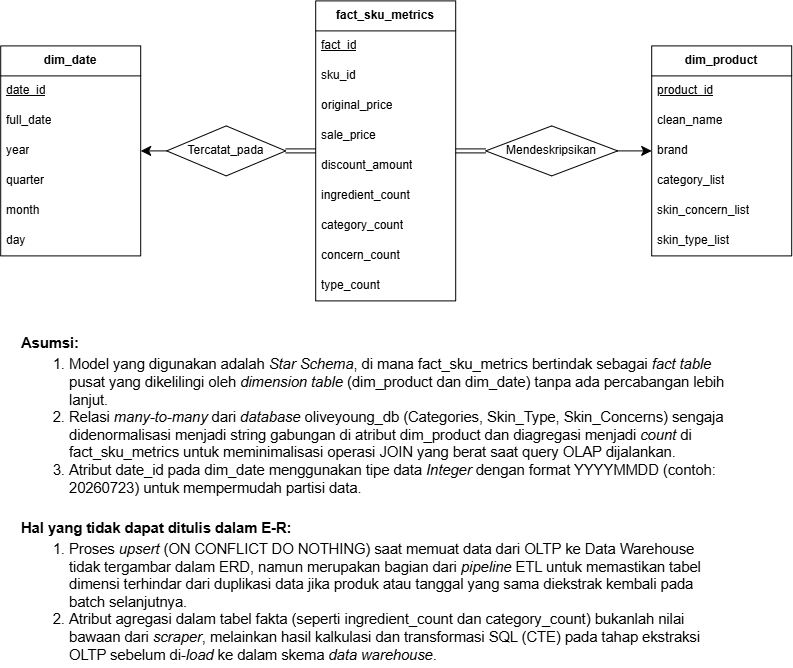
The draw.io diagram Data Warehouse/design/dwh_ERD.png in aucloire/OliveYoung-ETL-Seleksi-Lab-Basdat-2026, before a commit. Source tidied: cells renumbered, new cells last; positions are measured from the earlier drawing's top-left corner, leaving out a move shared by most shapes. Source of this version:
```xml
<mxGraphModel>
  <root>
    <mxCell id="0" />
    <mxCell id="1" parent="0" />
    <mxCell id="2" value="&lt;b&gt;dim_date&lt;/b&gt;" style="swimlane;fontStyle=0;horizontal=1;startSize=30;whiteSpace=wrap;html=1;" parent="1" vertex="1">
      <mxGeometry y="45" width="140" height="210" as="geometry" />
    </mxCell>
    <mxCell id="3" value="&lt;u&gt;date_id&lt;/u&gt;" style="text;strokeColor=none;fillColor=none;align=left;verticalAlign=middle;spacingLeft=4;spacingRight=4;overflow=hidden;whiteSpace=wrap;html=1;" parent="2" vertex="1">
      <mxGeometry y="30" width="140" height="30" as="geometry" />
    </mxCell>
    <mxCell id="4" value="full_date" style="text;strokeColor=none;fillColor=none;align=left;verticalAlign=middle;spacingLeft=4;spacingRight=4;overflow=hidden;whiteSpace=wrap;html=1;" parent="2" vertex="1">
      <mxGeometry y="60" width="140" height="30" as="geometry" />
    </mxCell>
    <mxCell id="5" value="year" style="text;strokeColor=none;fillColor=none;align=left;verticalAlign=middle;spacingLeft=4;spacingRight=4;overflow=hidden;whiteSpace=wrap;html=1;" parent="2" vertex="1">
      <mxGeometry y="90" width="140" height="30" as="geometry" />
    </mxCell>
    <mxCell id="6" value="quarter" style="text;strokeColor=none;fillColor=none;align=left;verticalAlign=middle;spacingLeft=4;spacingRight=4;overflow=hidden;whiteSpace=wrap;html=1;" parent="2" vertex="1">
      <mxGeometry y="120" width="140" height="30" as="geometry" />
    </mxCell>
    <mxCell id="7" value="month" style="text;strokeColor=none;fillColor=none;align=left;verticalAlign=middle;spacingLeft=4;spacingRight=4;overflow=hidden;whiteSpace=wrap;html=1;" parent="2" vertex="1">
      <mxGeometry y="150" width="140" height="30" as="geometry" />
    </mxCell>
    <mxCell id="8" value="day" style="text;strokeColor=none;fillColor=none;align=left;verticalAlign=middle;spacingLeft=4;spacingRight=4;overflow=hidden;whiteSpace=wrap;html=1;" parent="2" vertex="1">
      <mxGeometry y="180" width="140" height="30" as="geometry" />
    </mxCell>
    <mxCell id="9" value="&lt;b&gt;fact_sku_metrics&lt;/b&gt;" style="swimlane;fontStyle=0;horizontal=1;startSize=30;whiteSpace=wrap;html=1;" parent="1" vertex="1">
      <mxGeometry x="315" width="140" height="300" as="geometry" />
    </mxCell>
    <mxCell id="10" value="&lt;u&gt;fact_id&lt;/u&gt;" style="text;strokeColor=none;fillColor=none;align=left;verticalAlign=middle;spacingLeft=4;spacingRight=4;overflow=hidden;whiteSpace=wrap;html=1;" parent="9" vertex="1">
      <mxGeometry y="30" width="140" height="30" as="geometry" />
    </mxCell>
    <mxCell id="11" value="sku_id" style="text;strokeColor=none;fillColor=none;align=left;verticalAlign=middle;spacingLeft=4;spacingRight=4;overflow=hidden;whiteSpace=wrap;html=1;" parent="9" vertex="1">
      <mxGeometry y="60" width="140" height="30" as="geometry" />
    </mxCell>
    <mxCell id="12" value="original_price" style="text;strokeColor=none;fillColor=none;align=left;verticalAlign=middle;spacingLeft=4;spacingRight=4;overflow=hidden;whiteSpace=wrap;html=1;" parent="9" vertex="1">
      <mxGeometry y="90" width="140" height="30" as="geometry" />
    </mxCell>
    <mxCell id="13" value="sale_price" style="text;strokeColor=none;fillColor=none;align=left;verticalAlign=middle;spacingLeft=4;spacingRight=4;overflow=hidden;whiteSpace=wrap;html=1;" parent="9" vertex="1">
      <mxGeometry y="120" width="140" height="30" as="geometry" />
    </mxCell>
    <mxCell id="14" value="discount_amount" style="text;strokeColor=none;fillColor=none;align=left;verticalAlign=middle;spacingLeft=4;spacingRight=4;overflow=hidden;whiteSpace=wrap;html=1;" parent="9" vertex="1">
      <mxGeometry y="150" width="140" height="30" as="geometry" />
    </mxCell>
    <mxCell id="15" value="ingredient_count" style="text;strokeColor=none;fillColor=none;align=left;verticalAlign=middle;spacingLeft=4;spacingRight=4;overflow=hidden;whiteSpace=wrap;html=1;" parent="9" vertex="1">
      <mxGeometry y="180" width="140" height="30" as="geometry" />
    </mxCell>
    <mxCell id="16" value="category_count" style="text;strokeColor=none;fillColor=none;align=left;verticalAlign=middle;spacingLeft=4;spacingRight=4;overflow=hidden;whiteSpace=wrap;html=1;" parent="9" vertex="1">
      <mxGeometry y="210" width="140" height="30" as="geometry" />
    </mxCell>
    <mxCell id="17" value="concern_count" style="text;strokeColor=none;fillColor=none;align=left;verticalAlign=middle;spacingLeft=4;spacingRight=4;overflow=hidden;whiteSpace=wrap;html=1;" parent="9" vertex="1">
      <mxGeometry y="240" width="140" height="30" as="geometry" />
    </mxCell>
    <mxCell id="18" value="type_count" style="text;strokeColor=none;fillColor=none;align=left;verticalAlign=middle;spacingLeft=4;spacingRight=4;overflow=hidden;whiteSpace=wrap;html=1;" parent="9" vertex="1">
      <mxGeometry y="270" width="140" height="30" as="geometry" />
    </mxCell>
    <mxCell id="19" value="&lt;b&gt;dim_product&lt;/b&gt;" style="swimlane;fontStyle=0;horizontal=1;startSize=30;whiteSpace=wrap;html=1;" parent="1" vertex="1">
      <mxGeometry x="651" y="45" width="140" height="210" as="geometry" />
    </mxCell>
    <mxCell id="20" value="&lt;u&gt;product_id&lt;/u&gt;" style="text;strokeColor=none;fillColor=none;align=left;verticalAlign=middle;spacingLeft=4;spacingRight=4;overflow=hidden;whiteSpace=wrap;html=1;" parent="19" vertex="1">
      <mxGeometry y="30" width="140" height="30" as="geometry" />
    </mxCell>
    <mxCell id="21" value="clean_name" style="text;strokeColor=none;fillColor=none;align=left;verticalAlign=middle;spacingLeft=4;spacingRight=4;overflow=hidden;whiteSpace=wrap;html=1;" parent="19" vertex="1">
      <mxGeometry y="60" width="140" height="30" as="geometry" />
    </mxCell>
    <mxCell id="22" value="brand" style="text;strokeColor=none;fillColor=none;align=left;verticalAlign=middle;spacingLeft=4;spacingRight=4;overflow=hidden;points=[[0,0.5],[1,0.5]];portConstraint=eastwest;whiteSpace=wrap;html=1;" parent="19" vertex="1">
      <mxGeometry y="90" width="140" height="30" as="geometry" />
    </mxCell>
    <mxCell id="23" value="category_list" style="text;strokeColor=none;fillColor=none;align=left;verticalAlign=middle;spacingLeft=4;spacingRight=4;overflow=hidden;whiteSpace=wrap;html=1;" parent="19" vertex="1">
      <mxGeometry y="120" width="140" height="30" as="geometry" />
    </mxCell>
    <mxCell id="24" value="skin_concern_list" style="text;strokeColor=none;fillColor=none;align=left;verticalAlign=middle;spacingLeft=4;spacingRight=4;overflow=hidden;whiteSpace=wrap;html=1;" parent="19" vertex="1">
      <mxGeometry y="150" width="140" height="30" as="geometry" />
    </mxCell>
    <mxCell id="25" value="skin_type_list" style="text;strokeColor=none;fillColor=none;align=left;verticalAlign=middle;spacingLeft=4;spacingRight=4;overflow=hidden;whiteSpace=wrap;html=1;" parent="19" vertex="1">
      <mxGeometry y="180" width="140" height="30" as="geometry" />
    </mxCell>
    <mxCell id="26" style="edgeStyle=none;curved=1;rounded=0;jettySize=auto;html=1;entryX=1;entryY=0.5;entryDx=0;entryDy=0;fontSize=12;shape=link;" parent="1" edge="1" source="28" target="9">
      <mxGeometry relative="1" as="geometry" />
    </mxCell>
    <mxCell id="27" style="edgeStyle=none;curved=1;rounded=0;jettySize=auto;html=1;entryX=0;entryY=0.5;entryDx=0;entryDy=0;fontSize=12;startSize=8;endSize=8;" parent="1" edge="1" source="28" target="22">
      <mxGeometry relative="1" as="geometry" />
    </mxCell>
    <mxCell id="28" value="Mendeskripsikan" style="rhombus;whiteSpace=wrap;html=1;" parent="1" vertex="1">
      <mxGeometry x="485" y="125" width="132" height="50" as="geometry" />
    </mxCell>
    <mxCell id="29" style="edgeStyle=none;curved=1;rounded=0;jettySize=auto;html=1;entryX=1;entryY=0.5;entryDx=0;entryDy=0;fontSize=12;startSize=8;endSize=8;" parent="1" edge="1" source="30" target="2">
      <mxGeometry relative="1" as="geometry" />
    </mxCell>
    <mxCell id="30" value="Tercatat_pada" style="rhombus;whiteSpace=wrap;html=1;" parent="1" vertex="1">
      <mxGeometry x="166" y="125" width="119" height="50" as="geometry" />
    </mxCell>
    <mxCell id="31" style="edgeStyle=none;curved=1;rounded=0;jettySize=auto;html=1;entryX=0;entryY=0.5;entryDx=0;entryDy=0;fontSize=12;shape=link;" parent="1" edge="1" source="30" target="9">
      <mxGeometry relative="1" as="geometry" />
    </mxCell>
    <mxCell id="32" value="&lt;span id=&quot;docs-internal-guid-f26e1e3f-7fff-423e-7183-5fc1d3808f72&quot;&gt;&lt;p dir=&quot;ltr&quot; style=&quot;line-height:1.2;margin-top:3pt;margin-bottom:3pt;&quot;&gt;&lt;span style=&quot;font-size: 11pt; font-family: Inter, sans-serif; background-color: transparent; font-weight: 700; font-variant: normal; vertical-align: baseline; white-space: pre-wrap;&quot;&gt;Asumsi:&lt;/span&gt;&lt;/p&gt;&lt;ol style=&quot;margin-top:0;margin-bottom:0;padding-inline-start:48px;&quot;&gt;&lt;li dir=&quot;ltr&quot; style=&quot;list-style-type: decimal; font-size: 11pt; font-family: Inter, sans-serif; background-color: transparent; font-variant: normal; vertical-align: baseline; white-space: pre;&quot; aria-level=&quot;1&quot;&gt;&lt;p dir=&quot;ltr&quot; style=&quot;line-height:1.2;margin-top:3pt;margin-bottom:0pt;&quot; role=&quot;presentation&quot;&gt;&lt;span style=&quot;font-size: 11pt; background-color: transparent; font-variant: normal; vertical-align: baseline; white-space: pre-wrap;&quot;&gt;Model yang digunakan adalah &lt;/span&gt;&lt;span style=&quot;font-size: 11pt; background-color: transparent; font-style: italic; font-variant: normal; vertical-align: baseline; white-space: pre-wrap;&quot;&gt;Star Schema&lt;/span&gt;&lt;span style=&quot;font-size: 11pt; background-color: transparent; font-variant: normal; vertical-align: baseline; white-space: pre-wrap;&quot;&gt;, di mana fact_sku_metrics bertindak sebagai&lt;/span&gt;&lt;span style=&quot;font-size: 11pt; background-color: transparent; font-style: italic; font-variant: normal; vertical-align: baseline; white-space: pre-wrap;&quot;&gt; fact table&lt;/span&gt;&lt;span style=&quot;font-size: 11pt; background-color: transparent; font-variant: normal; vertical-align: baseline; white-space: pre-wrap;&quot;&gt; pusat yang dikelilingi oleh &lt;/span&gt;&lt;span style=&quot;font-size: 11pt; background-color: transparent; font-style: italic; font-variant: normal; vertical-align: baseline; white-space: pre-wrap;&quot;&gt;dimension table &lt;/span&gt;&lt;span style=&quot;font-size: 11pt; background-color: transparent; font-variant: normal; vertical-align: baseline; white-space: pre-wrap;&quot;&gt;(dim_product dan dim_date) tanpa ada percabangan lebih lanjut.&lt;/span&gt;&lt;/p&gt;&lt;/li&gt;&lt;li dir=&quot;ltr&quot; style=&quot;list-style-type: decimal; font-size: 11pt; font-family: Inter, sans-serif; background-color: transparent; font-variant: normal; vertical-align: baseline; white-space: pre;&quot; aria-level=&quot;1&quot;&gt;&lt;p dir=&quot;ltr&quot; style=&quot;line-height:1.2;margin-top:0pt;margin-bottom:0pt;&quot; role=&quot;presentation&quot;&gt;&lt;span style=&quot;font-size: 11pt; background-color: transparent; font-variant: normal; vertical-align: baseline; white-space: pre-wrap;&quot;&gt;Relasi &lt;/span&gt;&lt;span style=&quot;font-size: 11pt; background-color: transparent; font-style: italic; font-variant: normal; vertical-align: baseline; white-space: pre-wrap;&quot;&gt;many-to-many&lt;/span&gt;&lt;span style=&quot;font-size: 11pt; background-color: transparent; font-variant: normal; vertical-align: baseline; white-space: pre-wrap;&quot;&gt; dari &lt;/span&gt;&lt;span style=&quot;font-size: 11pt; background-color: transparent; font-style: italic; font-variant: normal; vertical-align: baseline; white-space: pre-wrap;&quot;&gt;database &lt;/span&gt;&lt;span style=&quot;font-size: 11pt; background-color: transparent; font-variant: normal; vertical-align: baseline; white-space: pre-wrap;&quot;&gt;oliveyoung_db (Categories, Skin_Type, Skin_Concerns) sengaja didenormalisasi menjadi string gabungan di atribut dim_product dan diagregasi menjadi &lt;/span&gt;&lt;span style=&quot;font-size: 11pt; background-color: transparent; font-style: italic; font-variant: normal; vertical-align: baseline; white-space: pre-wrap;&quot;&gt;count&lt;/span&gt;&lt;span style=&quot;font-size: 11pt; background-color: transparent; font-variant: normal; vertical-align: baseline; white-space: pre-wrap;&quot;&gt; di fact_sku_metrics untuk meminimalisasi operasi JOIN yang berat saat query OLAP dijalankan.&lt;/span&gt;&lt;/p&gt;&lt;/li&gt;&lt;li dir=&quot;ltr&quot; style=&quot;list-style-type: decimal; font-size: 11pt; font-family: Inter, sans-serif; background-color: transparent; font-variant: normal; vertical-align: baseline; white-space: pre;&quot; aria-level=&quot;1&quot;&gt;&lt;p dir=&quot;ltr&quot; style=&quot;line-height:1.2;margin-top:0pt;margin-bottom:3pt;&quot; role=&quot;presentation&quot;&gt;&lt;span style=&quot;font-size: 11pt; background-color: transparent; font-variant: normal; vertical-align: baseline; white-space: pre-wrap;&quot;&gt;Atribut date_id pada dim_date menggunakan tipe data &lt;/span&gt;&lt;span style=&quot;font-size: 11pt; background-color: transparent; font-style: italic; font-variant: normal; vertical-align: baseline; white-space: pre-wrap;&quot;&gt;Integer &lt;/span&gt;&lt;span style=&quot;font-size: 11pt; background-color: transparent; font-variant: normal; vertical-align: baseline; white-space: pre-wrap;&quot;&gt;dengan format YYYYMMDD (contoh: 20260723) untuk mempermudah partisi data.&lt;/span&gt;&lt;/p&gt;&lt;/li&gt;&lt;/ol&gt;&lt;br&gt;&lt;p dir=&quot;ltr&quot; style=&quot;line-height:1.2;margin-top:3pt;margin-bottom:3pt;&quot;&gt;&lt;span style=&quot;font-size: 11pt; font-family: Inter, sans-serif; background-color: transparent; font-weight: 700; font-variant: normal; vertical-align: baseline; white-space: pre-wrap;&quot;&gt;Hal yang tidak dapat ditulis dalam E-R:&lt;/span&gt;&lt;/p&gt;&lt;ol style=&quot;margin-top:0;margin-bottom:0;padding-inline-start:48px;&quot;&gt;&lt;li dir=&quot;ltr&quot; style=&quot;list-style-type: decimal; font-size: 11pt; font-family: Inter, sans-serif; background-color: transparent; font-variant: normal; vertical-align: baseline; white-space: pre;&quot; aria-level=&quot;1&quot;&gt;&lt;p dir=&quot;ltr&quot; style=&quot;line-height:1.2;margin-top:3pt;margin-bottom:0pt;&quot; role=&quot;presentation&quot;&gt;&lt;span style=&quot;font-size: 11pt; background-color: transparent; font-variant: normal; vertical-align: baseline; white-space: pre-wrap;&quot;&gt;Proses &lt;/span&gt;&lt;span style=&quot;font-size: 11pt; background-color: transparent; font-style: italic; font-variant: normal; vertical-align: baseline; white-space: pre-wrap;&quot;&gt;upsert &lt;/span&gt;&lt;span style=&quot;font-size: 11pt; background-color: transparent; font-variant: normal; vertical-align: baseline; white-space: pre-wrap;&quot;&gt;(ON CONFLICT DO NOTHING) saat memuat data dari OLTP ke Data Warehouse tidak tergambar dalam ERD, namun merupakan bagian dari &lt;/span&gt;&lt;span style=&quot;font-size: 11pt; background-color: transparent; font-style: italic; font-variant: normal; vertical-align: baseline; white-space: pre-wrap;&quot;&gt;pipeline &lt;/span&gt;&lt;span style=&quot;font-size: 11pt; background-color: transparent; font-variant: normal; vertical-align: baseline; white-space: pre-wrap;&quot;&gt;ETL untuk memastikan tabel dimensi terhindar dari duplikasi data jika produk atau tanggal yang sama diekstrak kembali pada batch selanjutnya.&lt;/span&gt;&lt;/p&gt;&lt;/li&gt;&lt;li dir=&quot;ltr&quot; style=&quot;list-style-type: decimal; font-size: 11pt; font-family: Inter, sans-serif; background-color: transparent; font-variant: normal; vertical-align: baseline; white-space: pre;&quot; aria-level=&quot;1&quot;&gt;&lt;p dir=&quot;ltr&quot; style=&quot;line-height:1.2;margin-top:0pt;margin-bottom:3pt;&quot; role=&quot;presentation&quot;&gt;&lt;span style=&quot;font-size: 11pt; background-color: transparent; font-variant: normal; vertical-align: baseline; white-space: pre-wrap;&quot;&gt;Atribut agregasi dalam tabel fakta (seperti ingredient_count dan category_count) bukanlah nilai bawaan dari &lt;/span&gt;&lt;span style=&quot;font-size: 11pt; background-color: transparent; font-style: italic; font-variant: normal; vertical-align: baseline; white-space: pre-wrap;&quot;&gt;scraper&lt;/span&gt;&lt;span style=&quot;font-size: 11pt; background-color: transparent; font-variant: normal; vertical-align: baseline; white-space: pre-wrap;&quot;&gt;, melainkan hasil kalkulasi dan transformasi SQL (CTE) pada tahap ekstraksi OLTP sebelum di-&lt;/span&gt;&lt;span style=&quot;font-size: 11pt; background-color: transparent; font-style: italic; font-variant: normal; vertical-align: baseline; white-space: pre-wrap;&quot;&gt;load&lt;/span&gt;&lt;span style=&quot;font-size: 11pt; background-color: transparent; font-variant: normal; vertical-align: baseline; white-space: pre-wrap;&quot;&gt; ke dalam skema &lt;/span&gt;&lt;span style=&quot;font-size: 11pt; background-color: transparent; font-style: italic; font-variant: normal; vertical-align: baseline; white-space: pre-wrap;&quot;&gt;data warehouse&lt;/span&gt;&lt;span style=&quot;font-size: 11pt; background-color: transparent; font-variant: normal; vertical-align: baseline; white-space: pre-wrap;&quot;&gt;.&lt;/span&gt;&lt;/p&gt;&lt;/li&gt;&lt;/ol&gt;&lt;/span&gt;" style="text;html=1;whiteSpace=wrap;strokeColor=none;fillColor=none;align=left;verticalAlign=middle;rounded=0;" parent="1" vertex="1">
      <mxGeometry x="19" y="458" width="708" height="82" as="geometry" />
    </mxCell>
  </root>
</mxGraphModel>
```
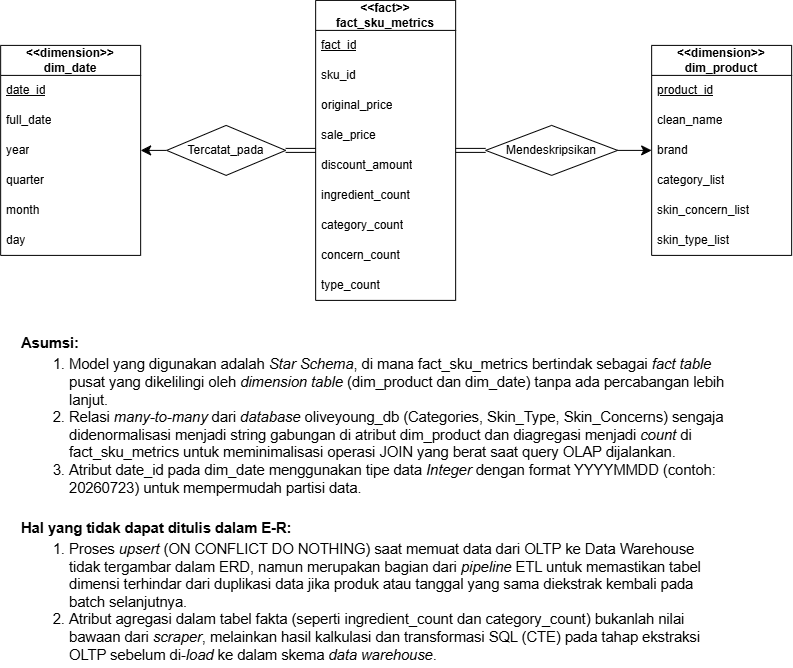
The same file after the commit.

Commit message:
fix: erd & star schema dwh

Change to the diagram source:
```diff
@@ -2,7 +2,7 @@
   <root>
     <mxCell id="0" />
     <mxCell id="1" parent="0" />
-    <mxCell id="2" value="&lt;b&gt;dim_date&lt;/b&gt;" style="swimlane;fontStyle=0;horizontal=1;startSize=30;whiteSpace=wrap;html=1;" parent="1" vertex="1">
+    <mxCell id="2" value="&lt;div&gt;&lt;b&gt;&amp;lt;&amp;lt;dimension&amp;gt;&amp;gt;&lt;/b&gt;&lt;/div&gt;&lt;b&gt;dim_date&lt;/b&gt;" style="swimlane;fontStyle=0;horizontal=1;startSize=30;whiteSpace=wrap;html=1;" parent="1" vertex="1">
       <mxGeometry y="45" width="140" height="210" as="geometry" />
     </mxCell>
     <mxCell id="3" value="&lt;u&gt;date_id&lt;/u&gt;" style="text;strokeColor=none;fillColor=none;align=left;verticalAlign=middle;spacingLeft=4;spacingRight=4;overflow=hidden;whiteSpace=wrap;html=1;" parent="2" vertex="1">
@@ -23,7 +23,7 @@
     <mxCell id="8" value="day" style="text;strokeColor=none;fillColor=none;align=left;verticalAlign=middle;spacingLeft=4;spacingRight=4;overflow=hidden;whiteSpace=wrap;html=1;" parent="2" vertex="1">
       <mxGeometry y="180" width="140" height="30" as="geometry" />
     </mxCell>
-    <mxCell id="9" value="&lt;b&gt;fact_sku_metrics&lt;/b&gt;" style="swimlane;fontStyle=0;horizontal=1;startSize=30;whiteSpace=wrap;html=1;" parent="1" vertex="1">
+    <mxCell id="9" value="&lt;b&gt;&amp;lt;&amp;lt;fact&amp;gt;&amp;gt;&lt;/b&gt;&lt;div&gt;&lt;b&gt;fact_sku_metrics&lt;/b&gt;&lt;/div&gt;" style="swimlane;fontStyle=0;horizontal=1;startSize=30;whiteSpace=wrap;html=1;" parent="1" vertex="1">
       <mxGeometry x="315" width="140" height="300" as="geometry" />
     </mxCell>
     <mxCell id="10" value="&lt;u&gt;fact_id&lt;/u&gt;" style="text;strokeColor=none;fillColor=none;align=left;verticalAlign=middle;spacingLeft=4;spacingRight=4;overflow=hidden;whiteSpace=wrap;html=1;" parent="9" vertex="1">
@@ -53,7 +53,7 @@
     <mxCell id="18" value="type_count" style="text;strokeColor=none;fillColor=none;align=left;verticalAlign=middle;spacingLeft=4;spacingRight=4;overflow=hidden;whiteSpace=wrap;html=1;" parent="9" vertex="1">
       <mxGeometry y="270" width="140" height="30" as="geometry" />
     </mxCell>
-    <mxCell id="19" value="&lt;b&gt;dim_product&lt;/b&gt;" style="swimlane;fontStyle=0;horizontal=1;startSize=30;whiteSpace=wrap;html=1;" parent="1" vertex="1">
+    <mxCell id="19" value="&lt;div&gt;&lt;b&gt;&amp;lt;&amp;lt;dimension&amp;gt;&amp;gt;&lt;/b&gt;&lt;/div&gt;&lt;b&gt;dim_product&lt;/b&gt;" style="swimlane;fontStyle=0;horizontal=1;startSize=30;whiteSpace=wrap;html=1;" parent="1" vertex="1">
       <mxGeometry x="651" y="45" width="140" height="210" as="geometry" />
     </mxCell>
     <mxCell id="20" value="&lt;u&gt;product_id&lt;/u&gt;" style="text;strokeColor=none;fillColor=none;align=left;verticalAlign=middle;spacingLeft=4;spacingRight=4;overflow=hidden;whiteSpace=wrap;html=1;" parent="19" vertex="1">
```
